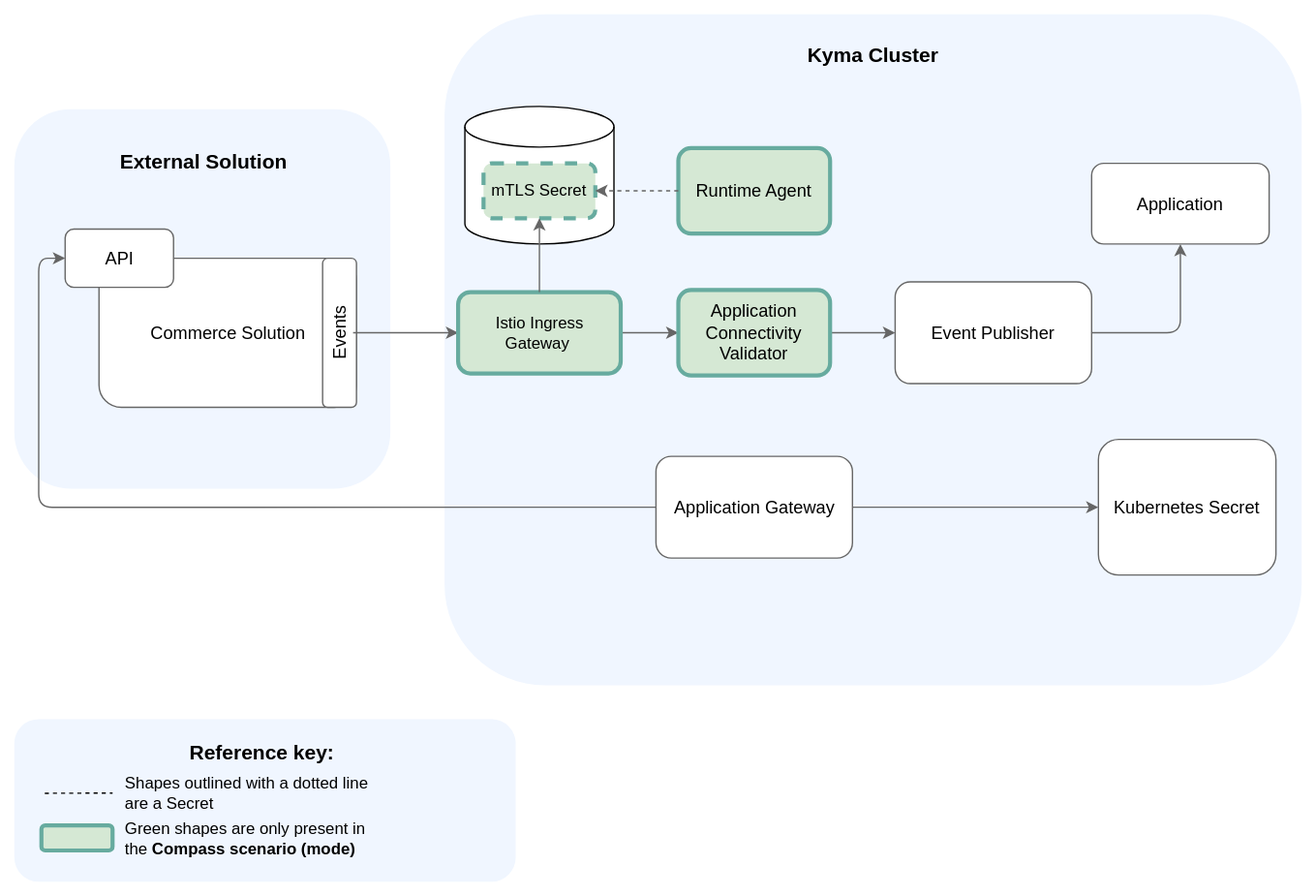
The draw.io diagram docs/05-technical-reference/00-architecture/assets/ac-application-connector-architecture.svg in kyma-project/kyma, before a commit. Source tidied: cells renumbered, new cells last; positions are measured from the earlier drawing's top-left corner, leaving out a move shared by most shapes.
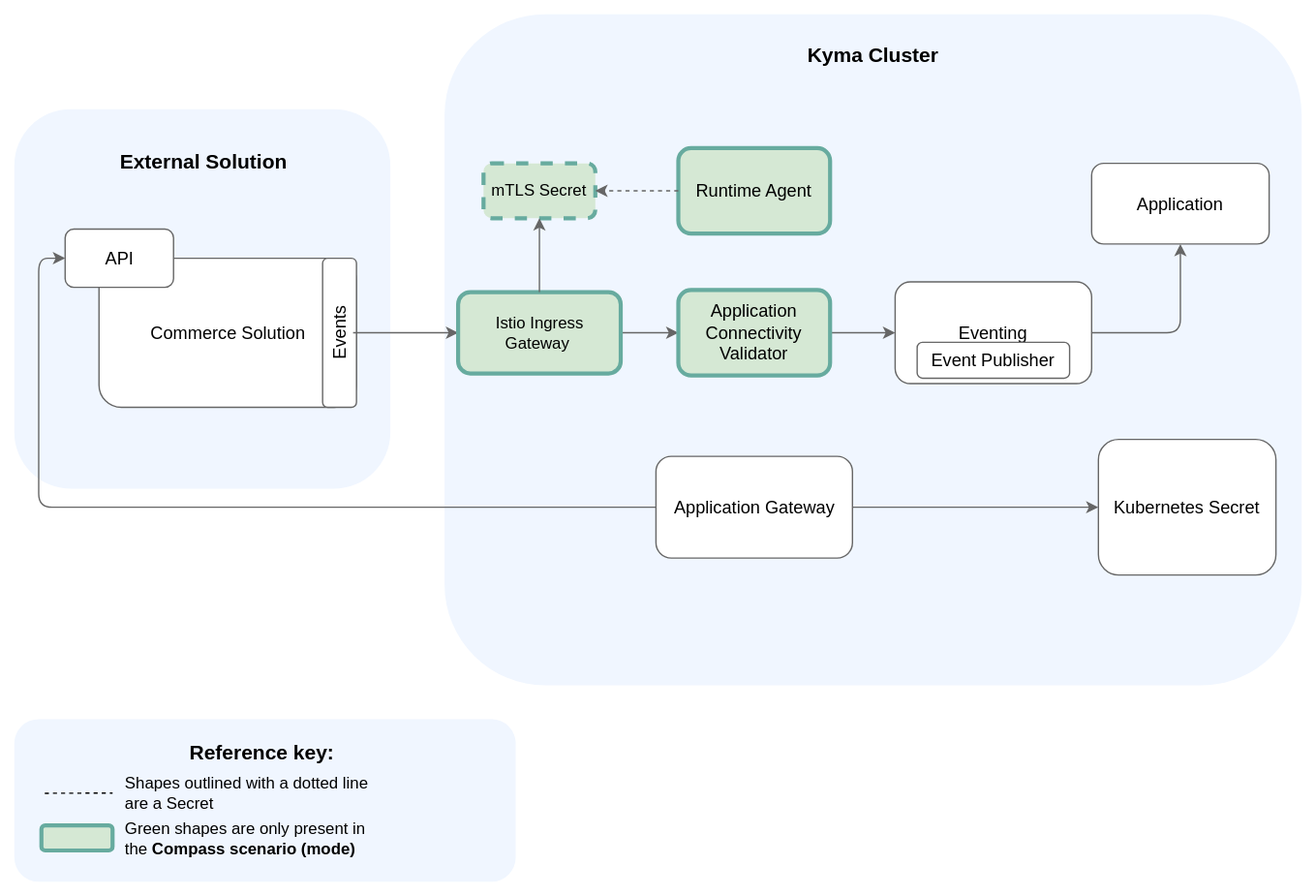
After the change.

What changed in the source:
```diff
@@ -39,7 +39,7 @@
         </Array>
       </mxGeometry>
     </mxCell>
-    <mxCell id="13" value="&lt;font style=&quot;font-size: 13px&quot;&gt;Event Publisher&lt;/font&gt;" style="rounded=1;whiteSpace=wrap;html=1;strokeWidth=1;fillColor=#ffffff;strokeColor=#666666;" parent="1" vertex="1">
+    <mxCell id="13" value="&lt;font style=&quot;font-size: 13px&quot;&gt;Eventing&lt;/font&gt;" style="rounded=1;whiteSpace=wrap;html=1;strokeWidth=1;fillColor=#ffffff;strokeColor=#666666;" parent="1" vertex="1">
       <mxGeometry x="660" y="207.5" width="145" height="75" as="geometry" />
     </mxCell>
     <mxCell id="14" style="edgeStyle=orthogonalEdgeStyle;rounded=1;jettySize=auto;html=1;exitX=1;exitY=0.5;exitDx=0;exitDy=0;entryX=0;entryY=0.5;entryDx=0;entryDy=0;strokeColor=#666666;" parent="1" edge="1" source="15" target="20">
@@ -74,9 +74,6 @@
     <mxCell id="22" value="&lt;font style=&quot;font-size: 13px&quot;&gt;Application&lt;br&gt;&lt;/font&gt;" style="whiteSpace=wrap;html=1;backgroundOutline=1;darkOpacity=0.05;strokeColor=#666666;rounded=1;" parent="1" vertex="1">
       <mxGeometry x="805" y="120" width="131" height="59.5" as="geometry" />
     </mxCell>
-    <mxCell id="23" style="shape=cylinder3;whiteSpace=wrap;html=1;boundedLbl=1;backgroundOutline=1;size=15;rounded=1;" parent="1" vertex="1">
-      <mxGeometry x="342.5" y="78" width="110" height="101.5" as="geometry" />
-    </mxCell>
     <mxCell id="24" value="mTLS Secret" style="rounded=1;whiteSpace=wrap;html=1;strokeWidth=3;fillColor=#D5E8D4;strokeColor=#67AB9F;dashed=1;" parent="1" vertex="1">
       <mxGeometry x="356.2" y="120" width="82.5" height="40.5" as="geometry" />
     </mxCell>
@@ -113,5 +110,8 @@
         <mxPoint x="72.5" y="54.6" as="targetPoint" />
       </mxGeometry>
     </mxCell>
+    <mxCell id="35" value="&lt;font style=&quot;font-size: 13px&quot;&gt;Event Publisher&lt;br&gt;&lt;/font&gt;" style="whiteSpace=wrap;html=1;backgroundOutline=1;darkOpacity=0.05;strokeColor=#666666;rounded=1;" parent="1" vertex="1">
+      <mxGeometry x="676.2" y="252" width="112.5" height="26.5" as="geometry" />
+    </mxCell>
   </root>
 </mxGraphModel>
```
